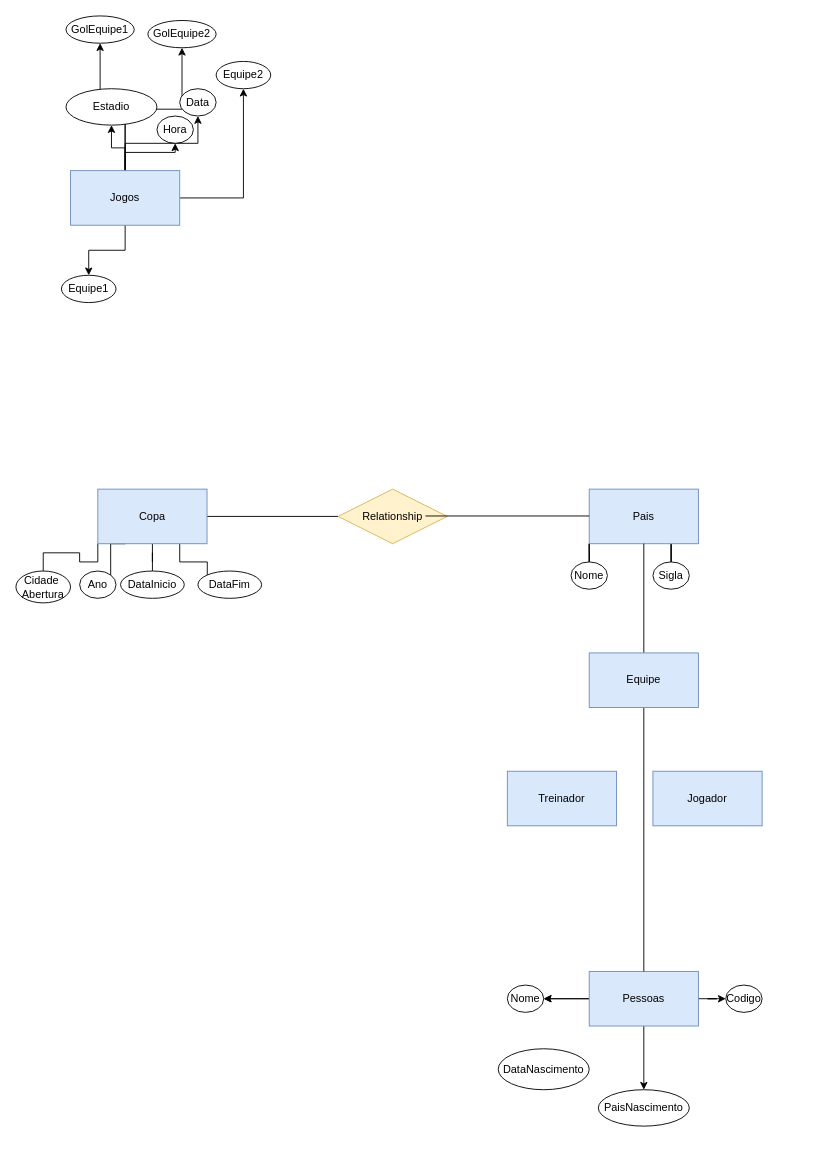
Before: Diagrama sem nome.drawio in lmiguelcardoso/projetoleda, a draw.io diagram. Source tidied: cells renumbered, new cells numbered last; positions are measured from the earlier drawing's top-left corner, leaving out a move shared by most shapes. Both pictures are drawn from the tidied source at 91%, with x=0, y=0 at pixel (15, 15).
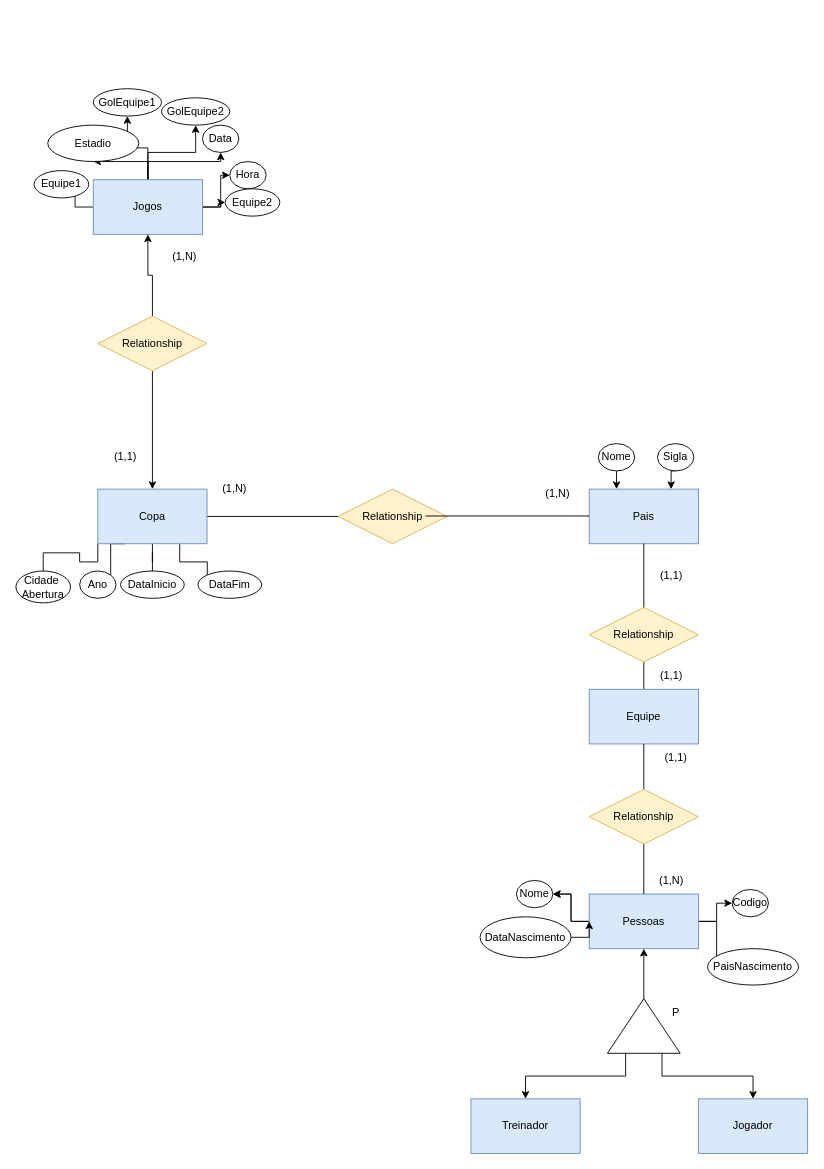
Above is the later version.

Unchanged cells that the change refers to:
```xml
<mxCell id="4" value="Pais" style="rounded=0;whiteSpace=wrap;html=1;fillColor=#dae8fc;strokeColor=#6c8ebf;" parent="1" vertex="1">
  <mxGeometry x="630" y="520" width="120" height="60" as="geometry" />
</mxCell>
<mxCell id="12" value="Copa" style="rounded=0;whiteSpace=wrap;html=1;fillColor=#dae8fc;strokeColor=#6c8ebf;" parent="1" vertex="1">
  <mxGeometry x="90" y="520" width="120" height="60" as="geometry" />
</mxCell>
```

Diff of the diagram source:
```diff
@@
-    <mxCell id="2" style="edgeStyle=orthogonalEdgeStyle;rounded=0;jettySize=auto;html=1;exitX=0;exitY=1;exitDx=0;exitDy=0;endArrow=none;endFill=0;" parent="1" edge="1" source="4" target="6">
-      <mxGeometry relative="1" as="geometry" />
-    </mxCell>
-    <mxCell id="3" style="edgeStyle=orthogonalEdgeStyle;rounded=0;jettySize=auto;html=1;exitX=0.75;exitY=1;exitDx=0;exitDy=0;endArrow=none;endFill=0;" parent="1" edge="1" source="4" target="5">
-      <mxGeometry relative="1" as="geometry" />
-    </mxCell>
@@
+    <mxCell id="48" style="edgeStyle=orthogonalEdgeStyle;rounded=0;jettySize=auto;html=1;exitX=0.5;exitY=1;exitDx=0;exitDy=0;entryX=0.75;entryY=0;entryDx=0;entryDy=0;" parent="1" edge="1" source="5" target="4">
+      <mxGeometry relative="1" as="geometry" />
+    </mxCell>
     <mxCell id="5" value="Sigla" style="ellipse;whiteSpace=wrap;html=1;rounded=0;" parent="1" vertex="1">
-      <mxGeometry x="700" y="600" width="40" height="30" as="geometry" />
+      <mxGeometry x="705" y="470" width="40" height="30" as="geometry" />
     </mxCell>
+    <mxCell id="49" style="edgeStyle=orthogonalEdgeStyle;rounded=0;jettySize=auto;html=1;exitX=0.5;exitY=1;exitDx=0;exitDy=0;entryX=0.25;entryY=0;entryDx=0;entryDy=0;" parent="1" edge="1" source="6" target="4">
+      <mxGeometry relative="1" as="geometry" />
+    </mxCell>
     <mxCell id="6" value="Nome" style="ellipse;whiteSpace=wrap;html=1;rounded=0;" parent="1" vertex="1">
-      <mxGeometry x="610" y="600" width="40" height="30" as="geometry" />
+      <mxGeometry x="640" y="470" width="40" height="30" as="geometry" />
     </mxCell>
@@
     <mxCell id="21" value="Pessoas" style="rounded=0;whiteSpace=wrap;html=1;fillColor=#dae8fc;strokeColor=#6c8ebf;" parent="1" vertex="1">
-      <mxGeometry x="630" y="1050" width="120" height="60" as="geometry" />
+      <mxGeometry x="630" y="965" width="120" height="60" as="geometry" />
     </mxCell>
@@
-    <mxCell id="23" style="edgeStyle=orthogonalEdgeStyle;rounded=0;jettySize=auto;html=1;exitX=0.5;exitY=1;exitDx=0;exitDy=0;endArrow=none;endFill=0;" parent="1" edge="1" source="24" target="21">
+    <mxCell id="23" style="edgeStyle=orthogonalEdgeStyle;rounded=0;jettySize=auto;html=1;exitX=0.5;exitY=1;exitDx=0;exitDy=0;endArrow=none;endFill=0;startArrow=none;" parent="1" edge="1" source="64" target="21">
       <mxGeometry relative="1" as="geometry" />
     </mxCell>
     <mxCell id="24" value="Equipe" style="rounded=0;whiteSpace=wrap;html=1;fillColor=#dae8fc;strokeColor=#6c8ebf;" parent="1" vertex="1">
-      <mxGeometry x="630" y="700" width="120" height="60" as="geometry" />
+      <mxGeometry x="630" y="740" width="120" height="60" as="geometry" />
     </mxCell>
     <mxCell id="25" value="Codigo" style="ellipse;whiteSpace=wrap;html=1;rounded=0;" parent="1" vertex="1">
-      <mxGeometry x="780" y="1065" width="40" height="30" as="geometry" />
+      <mxGeometry x="787" y="960" width="40" height="30" as="geometry" />
     </mxCell>
     <mxCell id="26" value="Nome" style="ellipse;whiteSpace=wrap;html=1;rounded=0;" parent="1" vertex="1">
-      <mxGeometry x="540" y="1065" width="40" height="30" as="geometry" />
+      <mxGeometry x="550" y="950" width="40" height="30" as="geometry" />
     </mxCell>
+    <mxCell id="50" style="edgeStyle=orthogonalEdgeStyle;rounded=0;jettySize=auto;html=1;" parent="1" edge="1" source="27" target="21">
+      <mxGeometry relative="1" as="geometry" />
+    </mxCell>
     <mxCell id="27" value="DataNascimento" style="ellipse;whiteSpace=wrap;html=1;rounded=0;" parent="1" vertex="1">
-      <mxGeometry x="530" y="1135" width="100" height="45" as="geometry" />
+      <mxGeometry x="510" y="990" width="100" height="45" as="geometry" />
     </mxCell>
     <mxCell id="28" value="PaisNascimento" style="ellipse;whiteSpace=wrap;html=1;rounded=0;" parent="1" vertex="1">
-      <mxGeometry x="640" y="1180" width="100" height="40" as="geometry" />
+      <mxGeometry x="760" y="1025" width="100" height="40" as="geometry" />
     </mxCell>
@@
     <mxCell id="36" value="Jogos" style="rounded=0;whiteSpace=wrap;html=1;fillColor=#dae8fc;strokeColor=#6c8ebf;" parent="1" vertex="1">
-      <mxGeometry x="60" y="170" width="120" height="60" as="geometry" />
+      <mxGeometry x="85" y="180" width="120" height="60" as="geometry" />
     </mxCell>
     <mxCell id="37" value="Estadio" style="ellipse;whiteSpace=wrap;html=1;rounded=0;" parent="1" vertex="1">
-      <mxGeometry x="55" y="80" width="100" height="40" as="geometry" />
+      <mxGeometry x="35" y="120" width="100" height="40" as="geometry" />
     </mxCell>
     <mxCell id="38" value="Data" style="ellipse;whiteSpace=wrap;html=1;rounded=0;" parent="1" vertex="1">
-      <mxGeometry x="180" y="80" width="40" height="30" as="geometry" />
+      <mxGeometry x="205" y="120" width="40" height="30" as="geometry" />
     </mxCell>
     <mxCell id="39" value="Hora" style="ellipse;whiteSpace=wrap;html=1;rounded=0;" parent="1" vertex="1">
-      <mxGeometry x="155" y="110" width="40" height="30" as="geometry" />
+      <mxGeometry x="235" y="160" width="40" height="30" as="geometry" />
     </mxCell>
     <mxCell id="40" value="Equipe1" style="ellipse;whiteSpace=wrap;html=1;rounded=0;" parent="1" vertex="1">
-      <mxGeometry x="50" y="285" width="60" height="30" as="geometry" />
+      <mxGeometry x="20" y="170" width="60" height="30" as="geometry" />
     </mxCell>
     <mxCell id="41" value="Equipe2" style="ellipse;whiteSpace=wrap;html=1;rounded=0;" parent="1" vertex="1">
-      <mxGeometry x="220" y="50" width="60" height="30" as="geometry" />
+      <mxGeometry x="230" y="190" width="60" height="30" as="geometry" />
     </mxCell>
     <mxCell id="42" value="GolEquipe1" style="ellipse;whiteSpace=wrap;html=1;rounded=0;" parent="1" vertex="1">
-      <mxGeometry x="55" width="75" height="30" as="geometry" />
+      <mxGeometry x="85" y="80" width="75" height="30" as="geometry" />
     </mxCell>
     <mxCell id="43" value="GolEquipe2" style="ellipse;whiteSpace=wrap;html=1;rounded=0;" parent="1" vertex="1">
-      <mxGeometry x="145" y="5" width="75" height="30" as="geometry" />
+      <mxGeometry x="160" y="90" width="75" height="30" as="geometry" />
     </mxCell>
@@
     <mxCell id="46" value="Treinador" style="rounded=0;whiteSpace=wrap;html=1;fillColor=#dae8fc;strokeColor=#6c8ebf;" parent="1" vertex="1">
-      <mxGeometry x="540" y="830" width="120" height="60" as="geometry" />
+      <mxGeometry x="500" y="1190" width="120" height="60" as="geometry" />
     </mxCell>
     <mxCell id="47" value="Jogador" style="rounded=0;whiteSpace=wrap;html=1;fillColor=#dae8fc;strokeColor=#6c8ebf;" parent="1" vertex="1">
-      <mxGeometry x="700" y="830" width="120" height="60" as="geometry" />
+      <mxGeometry x="750" y="1190" width="120" height="60" as="geometry" />
     </mxCell>
+    <mxCell id="51" style="edgeStyle=orthogonalEdgeStyle;rounded=0;jettySize=auto;html=1;" parent="1" edge="1" source="53" target="12">
+      <mxGeometry relative="1" as="geometry" />
+    </mxCell>
+    <mxCell id="52" style="edgeStyle=orthogonalEdgeStyle;rounded=0;jettySize=auto;html=1;entryX=0.5;entryY=1;entryDx=0;entryDy=0;" parent="1" edge="1" source="53" target="36">
+      <mxGeometry relative="1" as="geometry" />
+    </mxCell>
+    <mxCell id="53" value="Relationship" style="shape=rhombus;perimeter=rhombusPerimeter;whiteSpace=wrap;html=1;align=center;fillColor=#fff2cc;strokeColor=#d6b656;" parent="1" vertex="1">
+      <mxGeometry x="90" y="330" width="120" height="60" as="geometry" />
+    </mxCell>
+    <mxCell id="54" style="edgeStyle=orthogonalEdgeStyle;rounded=0;jettySize=auto;html=1;" parent="1" edge="1" source="57" target="21">
+      <mxGeometry relative="1" as="geometry" />
+    </mxCell>
+    <mxCell id="55" style="edgeStyle=orthogonalEdgeStyle;rounded=0;jettySize=auto;html=1;exitX=0;exitY=0.25;exitDx=0;exitDy=0;entryX=0.5;entryY=0;entryDx=0;entryDy=0;" parent="1" edge="1" source="57" target="46">
+      <mxGeometry relative="1" as="geometry" />
+    </mxCell>
+    <mxCell id="56" style="edgeStyle=orthogonalEdgeStyle;rounded=0;jettySize=auto;html=1;exitX=0;exitY=0.75;exitDx=0;exitDy=0;" parent="1" edge="1" source="57" target="47">
+      <mxGeometry relative="1" as="geometry" />
+    </mxCell>
+    <mxCell id="57" style="triangle;whiteSpace=wrap;html=1;direction=north;" parent="1" vertex="1">
+      <mxGeometry x="650" y="1080" width="80" height="60" as="geometry" />
+    </mxCell>
+    <mxCell id="58" value="P" style="text;html=1;align=center;verticalAlign=middle;strokeColor=none;fillColor=none;" parent="1" vertex="1">
+      <mxGeometry x="710" y="1080" width="30" height="30" as="geometry" />
+    </mxCell>
+    <mxCell id="59" value="(1,N)" style="text;html=1;align=center;verticalAlign=middle;strokeColor=none;fillColor=none;" parent="1" vertex="1">
+      <mxGeometry x="215" y="505" width="50" height="30" as="geometry" />
+    </mxCell>
+    <mxCell id="60" value="(1,N)" style="text;html=1;align=center;verticalAlign=middle;strokeColor=none;fillColor=none;" parent="1" vertex="1">
+      <mxGeometry x="570" y="510" width="50" height="30" as="geometry" />
+    </mxCell>
+    <mxCell id="61" value="(1,1)" style="text;html=1;align=center;verticalAlign=middle;strokeColor=none;fillColor=none;" parent="1" vertex="1">
+      <mxGeometry x="95" y="470" width="50" height="30" as="geometry" />
+    </mxCell>
+    <mxCell id="62" value="(1,N)" style="text;html=1;align=center;verticalAlign=middle;strokeColor=none;fillColor=none;" parent="1" vertex="1">
+      <mxGeometry x="160" y="250" width="50" height="30" as="geometry" />
+    </mxCell>
+    <mxCell id="63" style="edgeStyle=orthogonalEdgeStyle;rounded=0;jettySize=auto;html=1;exitX=0.5;exitY=1;exitDx=0;exitDy=0;endArrow=none;endFill=0;" parent="1" edge="1" source="24" target="64">
+      <mxGeometry relative="1" as="geometry" />
+    </mxCell>
+    <mxCell id="64" value="Relationship" style="shape=rhombus;perimeter=rhombusPerimeter;whiteSpace=wrap;html=1;align=center;fillColor=#fff2cc;strokeColor=#d6b656;" parent="1" vertex="1">
+      <mxGeometry x="630" y="850" width="120" height="60" as="geometry" />
+    </mxCell>
+    <mxCell id="65" value="Relationship" style="shape=rhombus;perimeter=rhombusPerimeter;whiteSpace=wrap;html=1;align=center;fillColor=#fff2cc;strokeColor=#d6b656;" parent="1" vertex="1">
+      <mxGeometry x="630" y="650" width="120" height="60" as="geometry" />
+    </mxCell>
+    <mxCell id="66" value="(1,1)" style="text;html=1;align=center;verticalAlign=middle;strokeColor=none;fillColor=none;" parent="1" vertex="1">
+      <mxGeometry x="695" y="600" width="50" height="30" as="geometry" />
+    </mxCell>
+    <mxCell id="67" value="(1,1)" style="text;html=1;align=center;verticalAlign=middle;strokeColor=none;fillColor=none;" parent="1" vertex="1">
+      <mxGeometry x="695" y="710" width="50" height="30" as="geometry" />
+    </mxCell>
+    <mxCell id="68" value="(1,1)" style="text;html=1;align=center;verticalAlign=middle;strokeColor=none;fillColor=none;" parent="1" vertex="1">
+      <mxGeometry x="700" y="800" width="50" height="30" as="geometry" />
+    </mxCell>
+    <mxCell id="69" value="(1,N)" style="text;html=1;align=center;verticalAlign=middle;strokeColor=none;fillColor=none;" parent="1" vertex="1">
+      <mxGeometry x="695" y="935" width="50" height="30" as="geometry" />
+    </mxCell>
```
